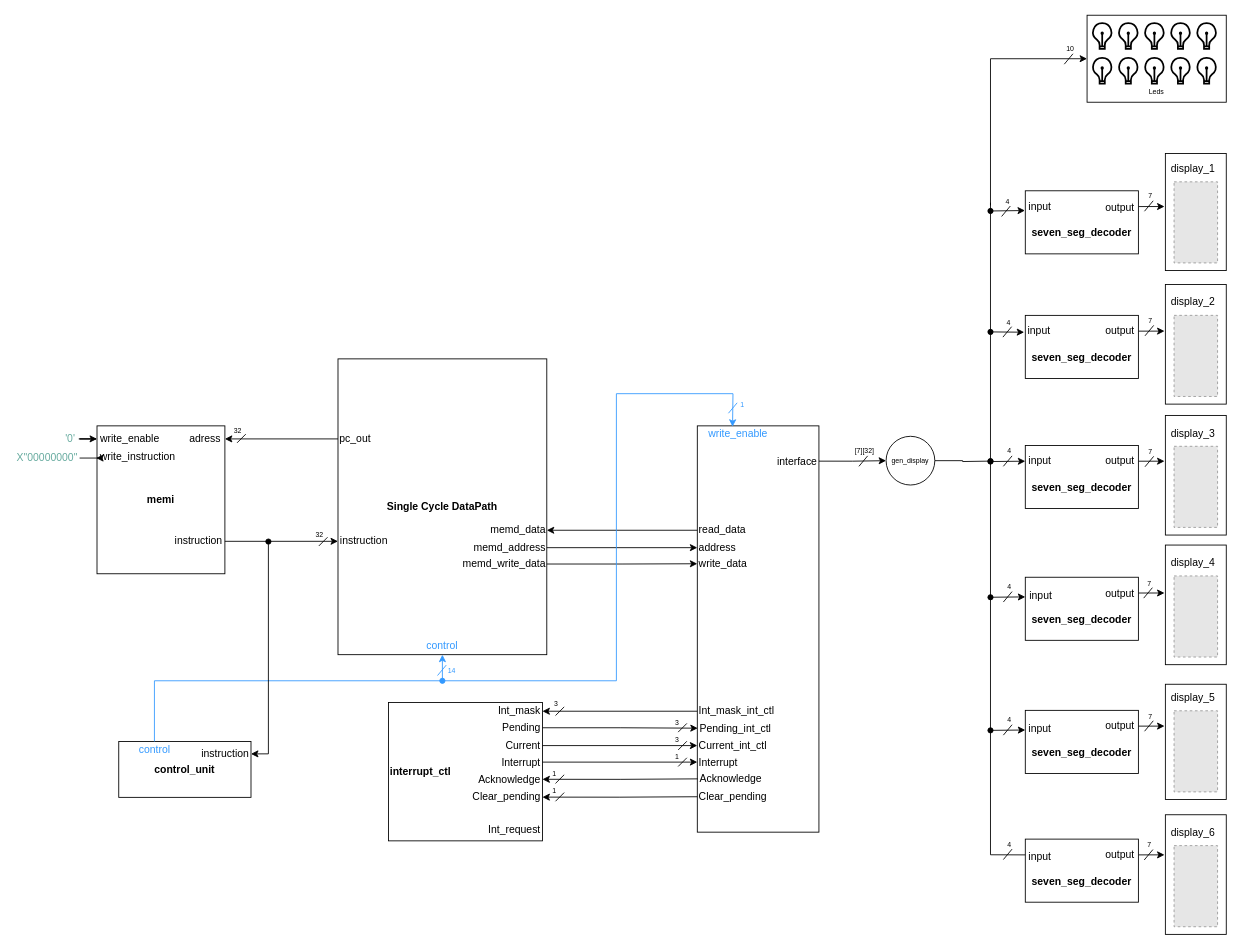
guiguitz/dedicated-processor keeps this draw.io diagram as Docs/processor-schematic.drawio. Above is the earlier version. Source tidied: cells renumbered, new cells numbered last; positions are measured from the earlier drawing's top-left corner, leaving out a move shared by most shapes. Both pictures are drawn from the tidied source at 87%, with x=0, y=0 at pixel (15, 15). Pictures stored in the file or linked from it are replaced by grey dashed boxes.
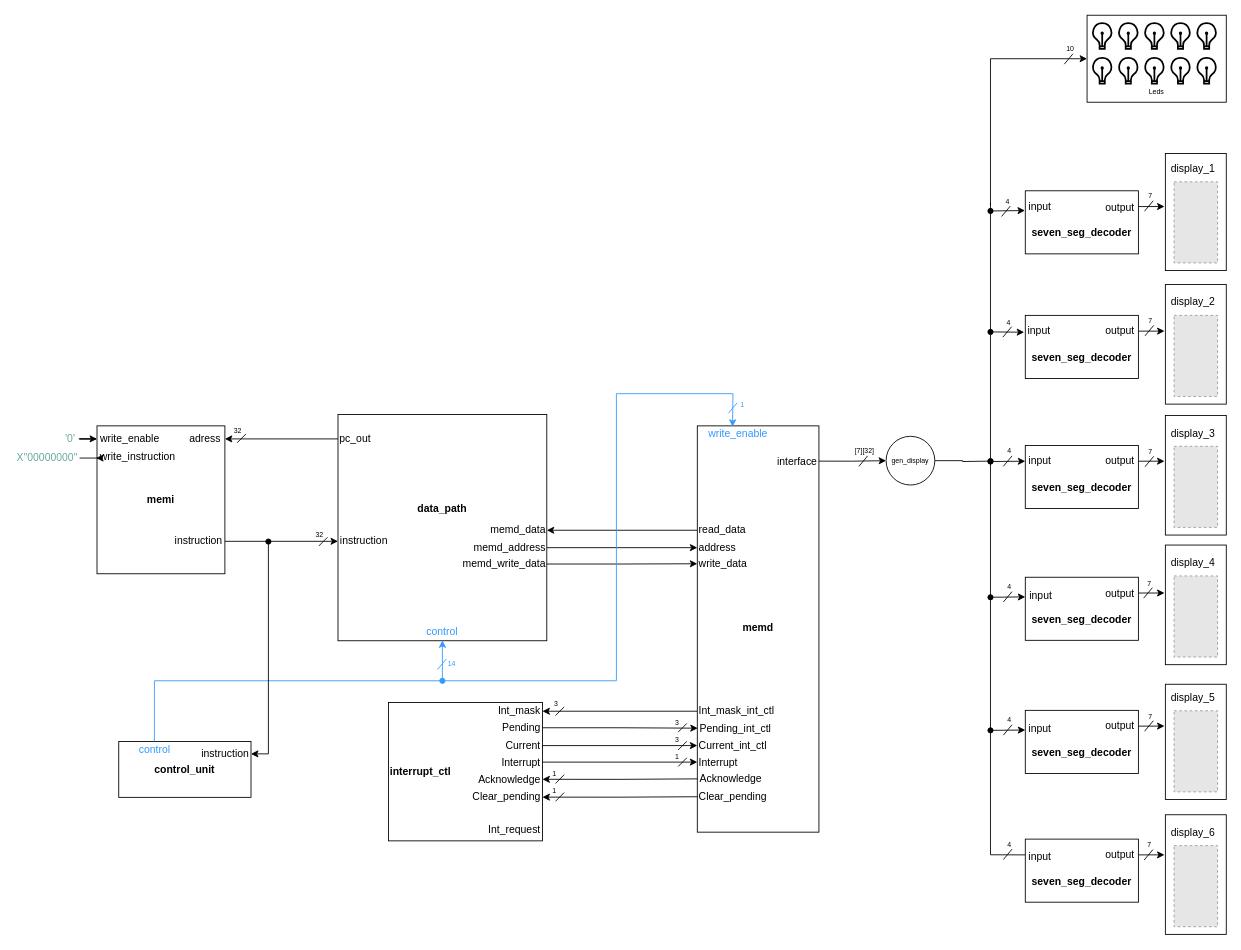
The same diagram, later.

Commit message (it also covers changes not shown here):
Updatinh schematic

The edit, as a diff of the source:
```diff
@@
-    <mxCell id="2" value="&lt;b&gt;Single Cycle DataPath&lt;/b&gt;" style="rounded=0;whiteSpace=wrap;html=1;" parent="1" vertex="1">
-      <mxGeometry x="371" y="395" width="240" height="340" as="geometry" />
+    <mxCell id="2" style="rounded=0;whiteSpace=wrap;html=1;" parent="1" vertex="1">
+      <mxGeometry x="371" y="459" width="240" height="260" as="geometry" />
     </mxCell>
@@
     <mxCell id="30" value="control" style="text;html=1;strokeColor=none;fillColor=none;align=center;verticalAlign=middle;whiteSpace=wrap;rounded=0;fontColor=#3399FF;" parent="1" vertex="1">
-      <mxGeometry x="466" y="715" width="50" height="20" as="geometry" />
+      <mxGeometry x="466" y="698.5" width="50" height="20" as="geometry" />
     </mxCell>
@@
     <mxCell id="155" style="endArrow=none;html=1;rounded=0;fontColor=#000000;strokeColor=#3399FF;" parent="1" edge="1">
       <mxGeometry relative="1" as="geometry">
-        <mxPoint x="485.4" y="759" as="sourcePoint" />
-        <mxPoint x="495.4" y="747" as="targetPoint" />
+        <mxPoint x="485.4" y="752" as="sourcePoint" />
+        <mxPoint x="495.4" y="740" as="targetPoint" />
       </mxGeometry>
     </mxCell>
     <mxCell id="156" value="&lt;font style=&quot;font-size: 8px;&quot;&gt;14&lt;/font&gt;" style="text;html=1;strokeColor=none;fillColor=none;align=center;verticalAlign=middle;whiteSpace=wrap;rounded=0;fontColor=#3399FF;" parent="1" vertex="1">
-      <mxGeometry x="493" y="745.5" width="18.4" height="13.3" as="geometry" />
+      <mxGeometry x="493" y="738.5" width="18.4" height="13.3" as="geometry" />
     </mxCell>
@@
+    <mxCell id="176" value="&lt;b&gt;&lt;font style=&quot;font-size: 12px;&quot;&gt;data_path&lt;/font&gt;&lt;/b&gt;" style="text;html=1;strokeColor=none;fillColor=none;align=center;verticalAlign=middle;whiteSpace=wrap;rounded=0;fontSize=8;fontColor=#000000;" parent="1" vertex="1">
+      <mxGeometry x="461" y="552" width="60" height="30" as="geometry" />
+    </mxCell>
+    <mxCell id="177" value="&lt;b&gt;&lt;font style=&quot;font-size: 12px;&quot;&gt;memd&lt;/font&gt;&lt;/b&gt;" style="text;html=1;strokeColor=none;fillColor=none;align=center;verticalAlign=middle;whiteSpace=wrap;rounded=0;fontSize=8;fontColor=#000000;" parent="1" vertex="1">
+      <mxGeometry x="823.9" y="688.5" width="60" height="30" as="geometry" />
+    </mxCell>
```
